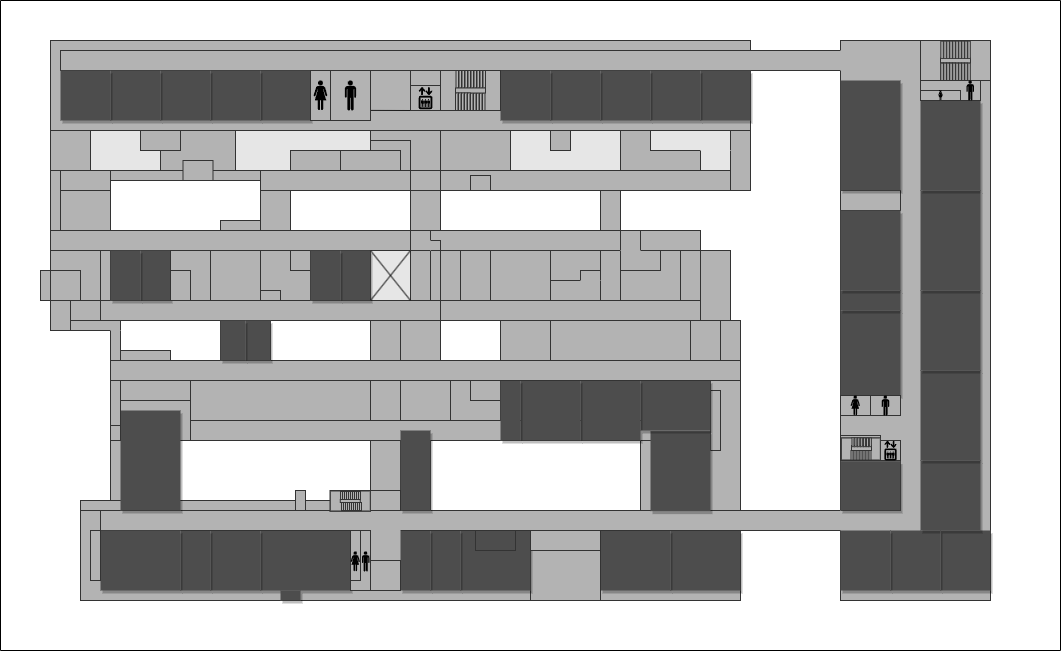
OMEGA-himajin/ask-map keeps this draw.io diagram as src/ask_map/images/3F.drawio.png. Above is the earlier version. Source tidied: cells renumbered, new cells last; positions are measured from the earlier drawing's top-left corner, leaving out a move shared by most shapes.
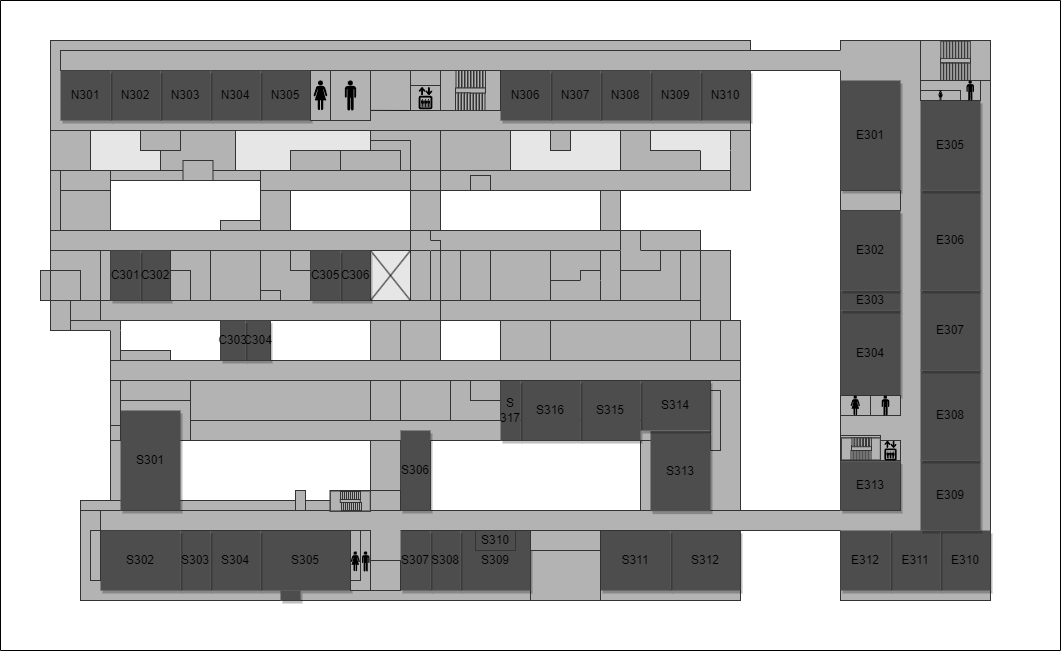
After the commit.

The edit, as a diff of the source:
```diff
@@ -31,9 +31,9 @@
     </mxCell>
-    <mxCell id="11" style="rounded=0;whiteSpace=wrap;html=1;fillColor=#4D4D4D;strokeColor=none;shadow=1;" parent="1" vertex="1">
+    <mxCell id="11" value="E304" style="rounded=0;whiteSpace=wrap;html=1;fillColor=#4D4D4D;strokeColor=none;shadow=1;" parent="1" vertex="1">
       <mxGeometry x="840" y="310" width="60" height="85" as="geometry" />
     </mxCell>
-    <mxCell id="12" style="rounded=0;whiteSpace=wrap;html=1;fillColor=#4D4D4D;strokeColor=none;shadow=1;" parent="1" vertex="1">
+    <mxCell id="12" value="E303" style="rounded=0;whiteSpace=wrap;html=1;fillColor=#4D4D4D;strokeColor=none;shadow=1;" parent="1" vertex="1">
       <mxGeometry x="840" y="290" width="60" height="20" as="geometry" />
     </mxCell>
-    <mxCell id="13" style="rounded=0;whiteSpace=wrap;html=1;fillColor=#4D4D4D;strokeColor=none;shadow=1;" parent="1" vertex="1">
+    <mxCell id="13" value="E301" style="rounded=0;whiteSpace=wrap;html=1;fillColor=#4D4D4D;strokeColor=none;shadow=1;" parent="1" vertex="1">
       <mxGeometry x="840" y="80" width="60" height="110" as="geometry" />
@@ -61,6 +61,6 @@
     </mxCell>
-    <mxCell id="21" style="rounded=0;whiteSpace=wrap;html=1;fillColor=#4D4D4D;strokeColor=none;shadow=1;" parent="1" vertex="1">
+    <mxCell id="21" value="S312" style="rounded=0;whiteSpace=wrap;html=1;fillColor=#4D4D4D;strokeColor=none;shadow=1;" parent="1" vertex="1">
       <mxGeometry x="670" y="530" width="70" height="60" as="geometry" />
     </mxCell>
-    <mxCell id="22" style="rounded=0;whiteSpace=wrap;html=1;fillColor=#4D4D4D;strokeColor=none;shadow=1;" parent="1" vertex="1">
+    <mxCell id="22" value="S311" style="rounded=0;whiteSpace=wrap;html=1;fillColor=#4D4D4D;strokeColor=none;shadow=1;" parent="1" vertex="1">
       <mxGeometry x="600" y="530" width="70" height="60" as="geometry" />
@@ -73,9 +73,9 @@
     </mxCell>
-    <mxCell id="25" style="rounded=0;whiteSpace=wrap;html=1;fillColor=#4D4D4D;strokeColor=none;shadow=1;" parent="1" vertex="1">
+    <mxCell id="25" value="S309" style="rounded=0;whiteSpace=wrap;html=1;fillColor=#4D4D4D;strokeColor=none;shadow=1;" parent="1" vertex="1">
       <mxGeometry x="460" y="530" width="70" height="60" as="geometry" />
     </mxCell>
-    <mxCell id="26" style="rounded=0;whiteSpace=wrap;html=1;fillColor=#4D4D4D;strokeColor=none;shadow=1;" parent="1" vertex="1">
+    <mxCell id="26" value="S308" style="rounded=0;whiteSpace=wrap;html=1;fillColor=#4D4D4D;strokeColor=none;shadow=1;" parent="1" vertex="1">
       <mxGeometry x="430" y="530" width="30" height="60" as="geometry" />
     </mxCell>
-    <mxCell id="27" style="rounded=0;whiteSpace=wrap;html=1;fillColor=#4D4D4D;strokeColor=none;shadow=1;" parent="1" vertex="1">
+    <mxCell id="27" value="S307" style="rounded=0;whiteSpace=wrap;html=1;fillColor=#4D4D4D;strokeColor=none;shadow=1;" parent="1" vertex="1">
       <mxGeometry x="400" y="530" width="30" height="60" as="geometry" />
@@ -88,9 +88,9 @@
     </mxCell>
-    <mxCell id="30" style="rounded=0;whiteSpace=wrap;html=1;fillColor=#4D4D4D;strokeColor=none;shadow=1;" parent="1" vertex="1">
+    <mxCell id="30" value="S305" style="rounded=0;whiteSpace=wrap;html=1;fillColor=#4D4D4D;strokeColor=none;shadow=1;" parent="1" vertex="1">
       <mxGeometry x="260" y="530" width="90" height="60" as="geometry" />
     </mxCell>
-    <mxCell id="31" style="rounded=0;whiteSpace=wrap;html=1;fillColor=#4D4D4D;strokeColor=none;shadow=1;" parent="1" vertex="1">
+    <mxCell id="31" value="S304" style="rounded=0;whiteSpace=wrap;html=1;fillColor=#4D4D4D;strokeColor=none;shadow=1;" parent="1" vertex="1">
       <mxGeometry x="210" y="530" width="50" height="60" as="geometry" />
     </mxCell>
-    <mxCell id="32" style="rounded=0;whiteSpace=wrap;html=1;fillColor=#4D4D4D;strokeColor=none;shadow=1;" parent="1" vertex="1">
+    <mxCell id="32" value="S303" style="rounded=0;whiteSpace=wrap;html=1;fillColor=#4D4D4D;strokeColor=none;shadow=1;" parent="1" vertex="1">
       <mxGeometry x="180" y="530" width="30" height="60" as="geometry" />
@@ -121,3 +121,3 @@
     </mxCell>
-    <mxCell id="41" style="rounded=0;whiteSpace=wrap;html=1;fillColor=#4D4D4D;strokeColor=none;shadow=1;" parent="1" vertex="1">
+    <mxCell id="41" value="S301" style="rounded=0;whiteSpace=wrap;html=1;fillColor=#4D4D4D;strokeColor=none;shadow=1;" parent="1" vertex="1">
       <mxGeometry x="120" y="410" width="60" height="100" as="geometry" />
@@ -130,3 +130,3 @@
     </mxCell>
-    <mxCell id="44" style="rounded=0;whiteSpace=wrap;html=1;fillColor=#4D4D4D;strokeColor=none;shadow=1;" parent="1" vertex="1">
+    <mxCell id="44" value="S313" style="rounded=0;whiteSpace=wrap;html=1;fillColor=#4D4D4D;strokeColor=none;shadow=1;" parent="1" vertex="1">
       <mxGeometry x="650" y="430.6" width="60" height="80" as="geometry" />
@@ -142,2 +142,5 @@
     </mxCell>
+    <mxCell id="329" style="edgeStyle=none;html=1;" parent="1" edge="1" source="48" target="132">
+      <mxGeometry relative="1" as="geometry" />
+    </mxCell>
     <mxCell id="48" style="rounded=0;whiteSpace=wrap;html=1;strokeColor=#333333;fillColor=#B3B3B3;" parent="1" vertex="1">
@@ -163,15 +166,15 @@
     </mxCell>
-    <mxCell id="55" style="rounded=0;whiteSpace=wrap;html=1;fillColor=#4D4D4D;strokeColor=none;shadow=1;" parent="52" vertex="1">
+    <mxCell id="55" value="N310" style="rounded=0;whiteSpace=wrap;html=1;fillColor=#4D4D4D;strokeColor=none;shadow=1;" parent="52" vertex="1">
       <mxGeometry x="650" y="30" width="50" height="50" as="geometry" />
     </mxCell>
-    <mxCell id="56" style="rounded=0;whiteSpace=wrap;html=1;fillColor=#4D4D4D;strokeColor=none;shadow=1;" parent="52" vertex="1">
+    <mxCell id="56" value="N309" style="rounded=0;whiteSpace=wrap;html=1;fillColor=#4D4D4D;strokeColor=none;shadow=1;" parent="52" vertex="1">
       <mxGeometry x="600" y="30" width="50" height="50" as="geometry" />
     </mxCell>
-    <mxCell id="57" style="rounded=0;whiteSpace=wrap;html=1;fillColor=#4D4D4D;strokeColor=none;shadow=1;" parent="52" vertex="1">
+    <mxCell id="57" value="N308" style="rounded=0;whiteSpace=wrap;html=1;fillColor=#4D4D4D;strokeColor=none;shadow=1;" parent="52" vertex="1">
       <mxGeometry x="550" y="30" width="50" height="50" as="geometry" />
     </mxCell>
-    <mxCell id="58" style="rounded=0;whiteSpace=wrap;html=1;fillColor=#4D4D4D;strokeColor=none;shadow=1;" parent="52" vertex="1">
+    <mxCell id="58" value="N307" style="rounded=0;whiteSpace=wrap;html=1;fillColor=#4D4D4D;strokeColor=none;shadow=1;" parent="52" vertex="1">
       <mxGeometry x="500" y="30" width="50" height="50" as="geometry" />
     </mxCell>
-    <mxCell id="59" style="rounded=0;whiteSpace=wrap;html=1;fillColor=#4D4D4D;strokeColor=none;shadow=1;" parent="52" vertex="1">
+    <mxCell id="59" value="N306" style="rounded=0;whiteSpace=wrap;html=1;fillColor=#4D4D4D;strokeColor=none;shadow=1;" parent="52" vertex="1">
       <mxGeometry x="450" y="30" width="50" height="50" as="geometry" />
@@ -195,15 +198,15 @@
     </mxCell>
-    <mxCell id="65" style="rounded=0;whiteSpace=wrap;html=1;fillColor=#4D4D4D;strokeColor=none;shadow=1;" parent="52" vertex="1">
+    <mxCell id="65" value="N305" style="rounded=0;whiteSpace=wrap;html=1;fillColor=#4D4D4D;strokeColor=none;shadow=1;" parent="52" vertex="1">
       <mxGeometry x="210" y="30" width="50" height="50" as="geometry" />
     </mxCell>
-    <mxCell id="66" style="rounded=0;whiteSpace=wrap;html=1;fillColor=#4D4D4D;strokeColor=none;shadow=1;" parent="52" vertex="1">
+    <mxCell id="66" value="N304" style="rounded=0;whiteSpace=wrap;html=1;fillColor=#4D4D4D;strokeColor=none;shadow=1;" parent="52" vertex="1">
       <mxGeometry x="160" y="30" width="50" height="50" as="geometry" />
     </mxCell>
-    <mxCell id="67" style="rounded=0;whiteSpace=wrap;html=1;fillColor=#4D4D4D;strokeColor=none;shadow=1;" parent="52" vertex="1">
+    <mxCell id="67" value="N303" style="rounded=0;whiteSpace=wrap;html=1;fillColor=#4D4D4D;strokeColor=none;shadow=1;" parent="52" vertex="1">
       <mxGeometry x="110" y="30" width="50" height="50" as="geometry" />
     </mxCell>
-    <mxCell id="68" style="rounded=0;whiteSpace=wrap;html=1;fillColor=#4D4D4D;strokeColor=none;shadow=1;" parent="52" vertex="1">
+    <mxCell id="68" value="N302" style="rounded=0;whiteSpace=wrap;html=1;fillColor=#4D4D4D;strokeColor=none;shadow=1;" parent="52" vertex="1">
       <mxGeometry x="60" y="30" width="50" height="50" as="geometry" />
     </mxCell>
-    <mxCell id="69" style="rounded=0;whiteSpace=wrap;html=1;fillColor=#4D4D4D;strokeColor=none;shadow=1;" parent="52" vertex="1">
+    <mxCell id="69" value="N301" style="rounded=0;whiteSpace=wrap;html=1;fillColor=#4D4D4D;strokeColor=none;shadow=1;" parent="52" vertex="1">
       <mxGeometry x="10" y="30" width="50" height="50" as="geometry" />
@@ -219,9 +222,9 @@
     </mxCell>
-    <mxCell id="73" style="rounded=0;whiteSpace=wrap;html=1;fillColor=#4D4D4D;strokeColor=none;shadow=1;" parent="1" vertex="1">
+    <mxCell id="73" value="E310" style="rounded=0;whiteSpace=wrap;html=1;fillColor=#4D4D4D;strokeColor=none;shadow=1;" parent="1" vertex="1">
       <mxGeometry x="940" y="530" width="50" height="60" as="geometry" />
     </mxCell>
-    <mxCell id="74" style="rounded=0;whiteSpace=wrap;html=1;fillColor=#4D4D4D;strokeColor=none;shadow=1;" parent="1" vertex="1">
+    <mxCell id="74" value="E311" style="rounded=0;whiteSpace=wrap;html=1;fillColor=#4D4D4D;strokeColor=none;shadow=1;" parent="1" vertex="1">
       <mxGeometry x="890" y="530" width="50" height="60" as="geometry" />
     </mxCell>
-    <mxCell id="75" style="rounded=0;whiteSpace=wrap;html=1;fillColor=#4D4D4D;strokeColor=none;shadow=1;" parent="1" vertex="1">
+    <mxCell id="75" value="E312" style="rounded=0;whiteSpace=wrap;html=1;fillColor=#4D4D4D;strokeColor=none;shadow=1;" parent="1" vertex="1">
       <mxGeometry x="840" y="530" width="50" height="60" as="geometry" />
@@ -231,3 +234,3 @@
     </mxCell>
-    <mxCell id="77" style="rounded=0;whiteSpace=wrap;html=1;fillColor=#4D4D4D;strokeColor=none;shadow=1;" parent="1" vertex="1">
+    <mxCell id="77" value="S302" style="rounded=0;whiteSpace=wrap;html=1;fillColor=#4D4D4D;strokeColor=none;shadow=1;" parent="1" vertex="1">
       <mxGeometry x="100" y="530" width="80" height="60" as="geometry" />
@@ -249,3 +252,3 @@
     </mxCell>
-    <mxCell id="83" style="rounded=0;whiteSpace=wrap;html=1;fillColor=#4D4D4D;strokeColor=none;shadow=1;" parent="1" vertex="1">
+    <mxCell id="83" value="S306" style="rounded=0;whiteSpace=wrap;html=1;fillColor=#4D4D4D;strokeColor=none;shadow=1;" parent="1" vertex="1">
       <mxGeometry x="400" y="430" width="30" height="80" as="geometry" />
@@ -267,12 +270,12 @@
     </mxCell>
-    <mxCell id="89" style="rounded=0;whiteSpace=wrap;html=1;fillColor=#4D4D4D;strokeColor=none;shadow=1;" parent="1" vertex="1">
+    <mxCell id="89" value="S314" style="rounded=0;whiteSpace=wrap;html=1;fillColor=#4D4D4D;strokeColor=none;shadow=1;" parent="1" vertex="1">
       <mxGeometry x="640" y="380" width="70" height="50" as="geometry" />
     </mxCell>
-    <mxCell id="90" style="rounded=0;whiteSpace=wrap;html=1;fillColor=#4D4D4D;strokeColor=none;shadow=1;" parent="1" vertex="1">
+    <mxCell id="90" value="S315" style="rounded=0;whiteSpace=wrap;html=1;fillColor=#4D4D4D;strokeColor=none;shadow=1;" parent="1" vertex="1">
       <mxGeometry x="580" y="380" width="60" height="60" as="geometry" />
     </mxCell>
-    <mxCell id="91" style="rounded=0;whiteSpace=wrap;html=1;fillColor=#4D4D4D;strokeColor=none;shadow=1;" parent="1" vertex="1">
+    <mxCell id="91" value="S316" style="rounded=0;whiteSpace=wrap;html=1;fillColor=#4D4D4D;strokeColor=none;shadow=1;" parent="1" vertex="1">
       <mxGeometry x="520" y="380" width="60" height="60" as="geometry" />
     </mxCell>
-    <mxCell id="92" style="rounded=0;whiteSpace=wrap;html=1;fillColor=#4D4D4D;strokeColor=none;shadow=1;" parent="1" vertex="1">
+    <mxCell id="92" value="S&lt;br&gt;317" style="rounded=0;whiteSpace=wrap;html=1;fillColor=#4D4D4D;strokeColor=none;shadow=1;" parent="1" vertex="1">
       <mxGeometry x="500" y="380" width="20" height="60" as="geometry" />
@@ -285,6 +288,6 @@
     </mxCell>
-    <mxCell id="95" style="rounded=0;whiteSpace=wrap;html=1;fillColor=#4D4D4D;strokeColor=none;shadow=1;" parent="1" vertex="1">
+    <mxCell id="95" value="C304" style="rounded=0;whiteSpace=wrap;html=1;fillColor=#4D4D4D;strokeColor=none;shadow=1;" parent="1" vertex="1">
       <mxGeometry x="245" y="320" width="25" height="40" as="geometry" />
     </mxCell>
-    <mxCell id="96" style="rounded=0;whiteSpace=wrap;html=1;fillColor=#4D4D4D;strokeColor=none;shadow=1;" parent="1" vertex="1">
+    <mxCell id="96" value="C303" style="rounded=0;whiteSpace=wrap;html=1;fillColor=#4D4D4D;strokeColor=none;shadow=1;" parent="1" vertex="1">
       <mxGeometry x="220" y="320" width="25" height="40" as="geometry" />
@@ -384,6 +387,6 @@
     </mxCell>
-    <mxCell id="128" style="rounded=0;whiteSpace=wrap;html=1;fillColor=#4D4D4D;strokeColor=none;shadow=1;" parent="1" vertex="1">
+    <mxCell id="128" value="C302" style="rounded=0;whiteSpace=wrap;html=1;fillColor=#4D4D4D;strokeColor=none;shadow=1;" parent="1" vertex="1">
       <mxGeometry x="140" y="250" width="30" height="50" as="geometry" />
     </mxCell>
-    <mxCell id="129" style="rounded=0;whiteSpace=wrap;html=1;fillColor=#4D4D4D;strokeColor=none;shadow=1;" parent="1" vertex="1">
+    <mxCell id="129" value="C301" style="rounded=0;whiteSpace=wrap;html=1;fillColor=#4D4D4D;strokeColor=none;shadow=1;" parent="1" vertex="1">
       <mxGeometry x="110" y="250" width="30" height="50" as="geometry" />
@@ -408,6 +411,6 @@
     </mxCell>
-    <mxCell id="136" style="rounded=0;whiteSpace=wrap;html=1;fillColor=#4D4D4D;strokeColor=none;shadow=1;" parent="1" vertex="1">
+    <mxCell id="136" value="C306" style="rounded=0;whiteSpace=wrap;html=1;fillColor=#4D4D4D;strokeColor=none;shadow=1;" parent="1" vertex="1">
       <mxGeometry x="340" y="250" width="30" height="50" as="geometry" />
     </mxCell>
-    <mxCell id="137" style="rounded=0;whiteSpace=wrap;html=1;fillColor=#4D4D4D;strokeColor=none;shadow=1;" parent="1" vertex="1">
+    <mxCell id="137" value="C305" style="rounded=0;whiteSpace=wrap;html=1;fillColor=#4D4D4D;strokeColor=none;shadow=1;" parent="1" vertex="1">
       <mxGeometry x="310" y="250" width="30" height="50" as="geometry" />
@@ -486,24 +489,24 @@
     </mxCell>
-    <mxCell id="162" style="rounded=0;whiteSpace=wrap;html=1;strokeColor=#333333;fillColor=#4D4D4D;" parent="1" vertex="1">
+    <mxCell id="162" value="S310" style="rounded=0;whiteSpace=wrap;html=1;strokeColor=#333333;fillColor=#4D4D4D;" parent="1" vertex="1">
       <mxGeometry x="475" y="530" width="40" height="20" as="geometry" />
     </mxCell>
-    <mxCell id="163" style="rounded=0;whiteSpace=wrap;html=1;fillColor=#4D4D4D;strokeColor=none;shadow=1;" parent="1" vertex="1">
+    <mxCell id="163" value="E309" style="rounded=0;whiteSpace=wrap;html=1;fillColor=#4D4D4D;strokeColor=none;shadow=1;" parent="1" vertex="1">
       <mxGeometry x="920" y="460" width="60" height="70" as="geometry" />
     </mxCell>
-    <mxCell id="164" style="rounded=0;whiteSpace=wrap;html=1;fillColor=#4D4D4D;strokeColor=none;shadow=1;" parent="1" vertex="1">
+    <mxCell id="164" value="E313" style="rounded=0;whiteSpace=wrap;html=1;fillColor=#4D4D4D;strokeColor=none;shadow=1;" parent="1" vertex="1">
       <mxGeometry x="840" y="460.6" width="60" height="49.4" as="geometry" />
     </mxCell>
-    <mxCell id="165" style="rounded=0;whiteSpace=wrap;html=1;fillColor=#4D4D4D;strokeColor=none;shadow=1;" parent="1" vertex="1">
+    <mxCell id="165" value="E308" style="rounded=0;whiteSpace=wrap;html=1;fillColor=#4D4D4D;strokeColor=none;shadow=1;" parent="1" vertex="1">
       <mxGeometry x="920" y="370" width="60" height="90" as="geometry" />
     </mxCell>
-    <mxCell id="166" style="rounded=0;whiteSpace=wrap;html=1;fillColor=#4D4D4D;strokeColor=none;shadow=1;" parent="1" vertex="1">
+    <mxCell id="166" value="E307" style="rounded=0;whiteSpace=wrap;html=1;fillColor=#4D4D4D;strokeColor=none;shadow=1;" parent="1" vertex="1">
       <mxGeometry x="920" y="290" width="60" height="80" as="geometry" />
     </mxCell>
-    <mxCell id="167" style="rounded=0;whiteSpace=wrap;html=1;fillColor=#4D4D4D;strokeColor=none;shadow=1;" parent="1" vertex="1">
+    <mxCell id="167" value="E302" style="rounded=0;whiteSpace=wrap;html=1;fillColor=#4D4D4D;strokeColor=none;shadow=1;" parent="1" vertex="1">
       <mxGeometry x="840" y="210" width="60" height="80" as="geometry" />
     </mxCell>
-    <mxCell id="168" style="rounded=0;whiteSpace=wrap;html=1;fillColor=#4D4D4D;strokeColor=none;shadow=1;direction=south;" parent="1" vertex="1">
+    <mxCell id="168" value="E306" style="rounded=0;whiteSpace=wrap;html=1;fillColor=#4D4D4D;strokeColor=none;shadow=1;direction=south;" parent="1" vertex="1">
       <mxGeometry x="920" y="190" width="60" height="100" as="geometry" />
     </mxCell>
-    <mxCell id="169" style="rounded=0;whiteSpace=wrap;html=1;fillColor=#4D4D4D;strokeColor=none;shadow=1;" parent="1" vertex="1">
+    <mxCell id="169" value="E305" style="rounded=0;whiteSpace=wrap;html=1;fillColor=#4D4D4D;strokeColor=none;shadow=1;" parent="1" vertex="1">
       <mxGeometry x="920" y="100" width="60" height="90" as="geometry" />
```
